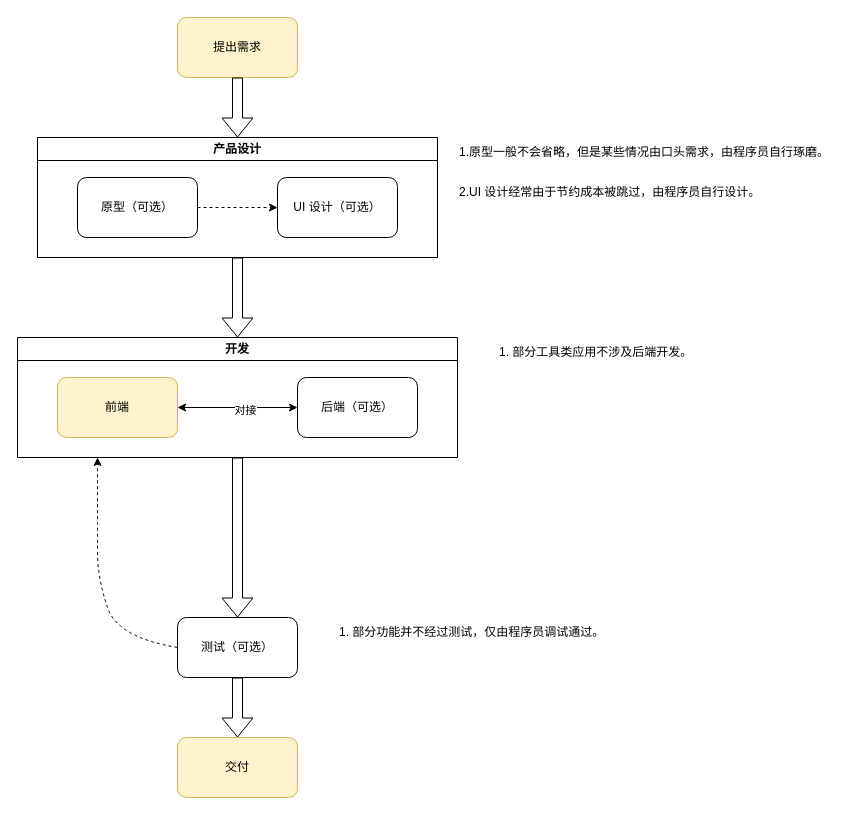
Above: drawio/开发流程（V2）.drawio in chaosannals/zany (draw.io), before the change. Source tidied: cells renumbered, new cells numbered last; positions are measured from the earlier drawing's top-left corner, leaving out a move shared by most shapes. Both pictures are drawn from the tidied source at 100%, with x=0, y=0 at pixel (17, 17).
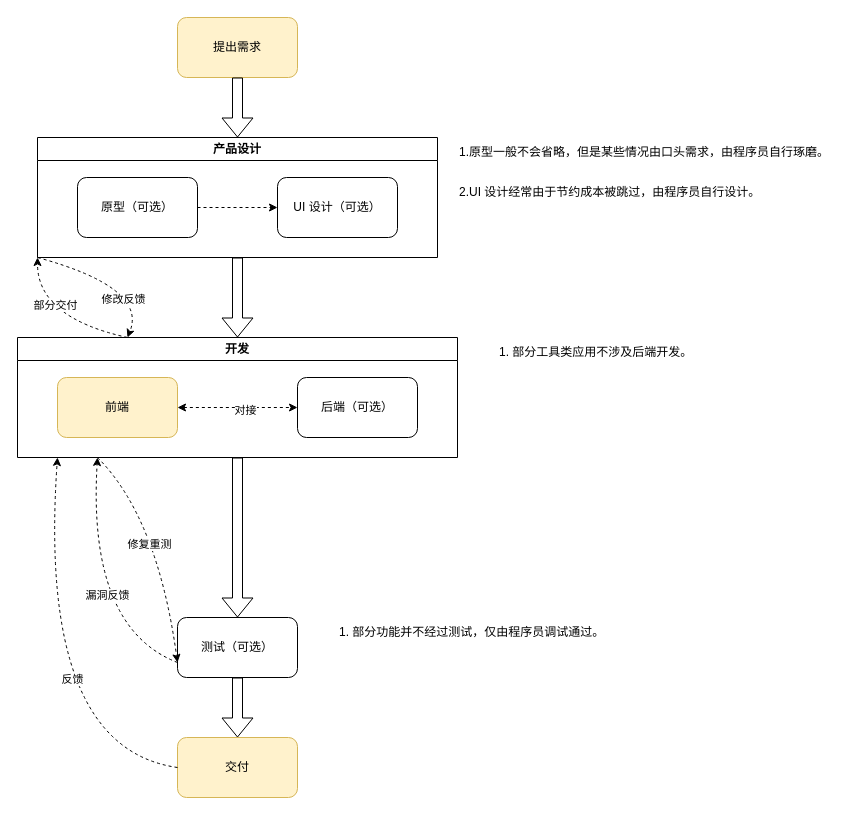
Above is the later version.

Unchanged cells that the change refers to:
```xml
<mxCell id="3" value="开发" style="swimlane;whiteSpace=wrap;html=1;" parent="1" vertex="1">
  <mxGeometry y="320" width="440" height="120" as="geometry" />
</mxCell>
<mxCell id="4" value="前端" style="rounded=1;whiteSpace=wrap;html=1;fillColor=#fff2cc;strokeColor=#d6b656;" parent="3" vertex="1">
  <mxGeometry x="40" y="40" width="120" height="60" as="geometry" />
</mxCell>
<mxCell id="5" value="后端（可选）" style="rounded=1;whiteSpace=wrap;html=1;" parent="3" vertex="1">
  <mxGeometry x="280" y="40" width="120" height="60" as="geometry" />
</mxCell>
<mxCell id="8" value="测试（可选）" style="rounded=1;whiteSpace=wrap;html=1;" parent="1" vertex="1">
  <mxGeometry x="160" y="600" width="120" height="60" as="geometry" />
</mxCell>
<mxCell id="9" value="交付" style="rounded=1;whiteSpace=wrap;html=1;fillColor=#fff2cc;strokeColor=#d6b656;" parent="1" vertex="1">
  <mxGeometry x="160" y="720" width="120" height="60" as="geometry" />
</mxCell>
<mxCell id="10" value="产品设计" style="swimlane;whiteSpace=wrap;html=1;" parent="1" vertex="1">
  <mxGeometry x="20" y="120" width="400" height="120" as="geometry" />
</mxCell>
```

Change to the diagram source:
```diff
@@
-    <mxCell id="6" style="endArrow=classic;startArrow=classic;html=1;rounded=0;entryX=0;entryY=0.5;entryDx=0;entryDy=0;exitX=1;exitY=0.5;exitDx=0;exitDy=0;" parent="3" edge="1" source="4" target="5">
+    <mxCell id="6" style="endArrow=classic;startArrow=classic;html=1;rounded=0;entryX=0;entryY=0.5;entryDx=0;entryDy=0;exitX=1;exitY=0.5;exitDx=0;exitDy=0;dashed=1;" parent="3" edge="1" source="4" target="5">
       <mxGeometry relative="1" as="geometry" />
     </mxCell>
@@
-    <mxCell id="20" style="curved=1;endArrow=classic;html=1;rounded=0;entryX=0.75;entryY=1;entryDx=0;entryDy=0;exitX=0;exitY=0.5;exitDx=0;exitDy=0;dashed=1;" parent="1" edge="1" source="8">
+    <mxCell id="20" style="curved=1;endArrow=classic;html=1;rounded=0;exitX=0;exitY=0.75;exitDx=0;exitDy=0;dashed=1;" parent="1" edge="1" source="8">
       <mxGeometry relative="1" as="geometry">
         <mxPoint x="80" y="440" as="targetPoint" />
         <Array as="points">
-          <mxPoint x="100" y="620" />
-          <mxPoint x="80" y="560" />
-          <mxPoint x="80" y="510" />
-          <mxPoint x="80" y="500" />
+          <mxPoint x="70" y="610" />
         </Array>
       </mxGeometry>
     </mxCell>
+    <mxCell id="23" value="漏洞反馈" style="edgeLabel;html=1;align=center;verticalAlign=middle;" parent="20" vertex="1">
+      <mxGeometry x="-0.03" y="3" relative="1" as="geometry">
+        <mxPoint x="21" as="offset" />
+      </mxGeometry>
+    </mxCell>
@@
+    <mxCell id="24" style="curved=1;endArrow=classic;html=1;rounded=0;exitX=0;exitY=0.5;exitDx=0;exitDy=0;dashed=1;" parent="1" edge="1" source="9">
+      <mxGeometry relative="1" as="geometry">
+        <mxPoint x="40" y="440" as="targetPoint" />
+        <Array as="points">
+          <mxPoint x="20" y="730" />
+        </Array>
+      </mxGeometry>
+    </mxCell>
+    <mxCell id="25" value="反馈" style="edgeLabel;html=1;align=center;verticalAlign=middle;" parent="24" vertex="1">
+      <mxGeometry x="-0.02" y="-30" relative="1" as="geometry" />
+    </mxCell>
+    <mxCell id="26" style="curved=1;endArrow=classic;html=1;rounded=0;entryX=0;entryY=1;entryDx=0;entryDy=0;exitX=0.25;exitY=0;exitDx=0;exitDy=0;dashed=1;" parent="1" edge="1" source="3" target="10">
+      <mxGeometry relative="1" as="geometry">
+        <Array as="points">
+          <mxPoint x="20" y="300" />
+        </Array>
+      </mxGeometry>
+    </mxCell>
+    <mxCell id="27" value="部分交付" style="edgeLabel;html=1;align=center;verticalAlign=middle;" parent="26" vertex="1">
+      <mxGeometry x="0.02" y="-16" relative="1" as="geometry" />
+    </mxCell>
+    <mxCell id="28" style="curved=1;endArrow=classic;html=1;rounded=0;exitX=0;exitY=1;exitDx=0;exitDy=0;dashed=1;" parent="1" edge="1" source="10">
+      <mxGeometry relative="1" as="geometry">
+        <mxPoint x="110" y="320" as="targetPoint" />
+        <Array as="points">
+          <mxPoint x="130" y="270" />
+        </Array>
+      </mxGeometry>
+    </mxCell>
+    <mxCell id="29" value="修改反馈" style="edgeLabel;html=1;align=center;verticalAlign=middle;" parent="28" vertex="1">
+      <mxGeometry x="0.6" y="-18" relative="1" as="geometry" />
+    </mxCell>
+    <mxCell id="30" style="curved=1;endArrow=classic;html=1;rounded=0;entryX=0;entryY=0.75;entryDx=0;entryDy=0;dashed=1;" parent="1" edge="1" target="8">
+      <mxGeometry relative="1" as="geometry">
+        <mxPoint x="80" y="440" as="sourcePoint" />
+        <Array as="points">
+          <mxPoint x="140" y="500" />
+        </Array>
+      </mxGeometry>
+    </mxCell>
+    <mxCell id="31" value="修复重测" style="edgeLabel;html=1;align=center;verticalAlign=middle;" parent="30" vertex="1">
+      <mxGeometry x="-0.05" y="-12" relative="1" as="geometry" />
+    </mxCell>
```
